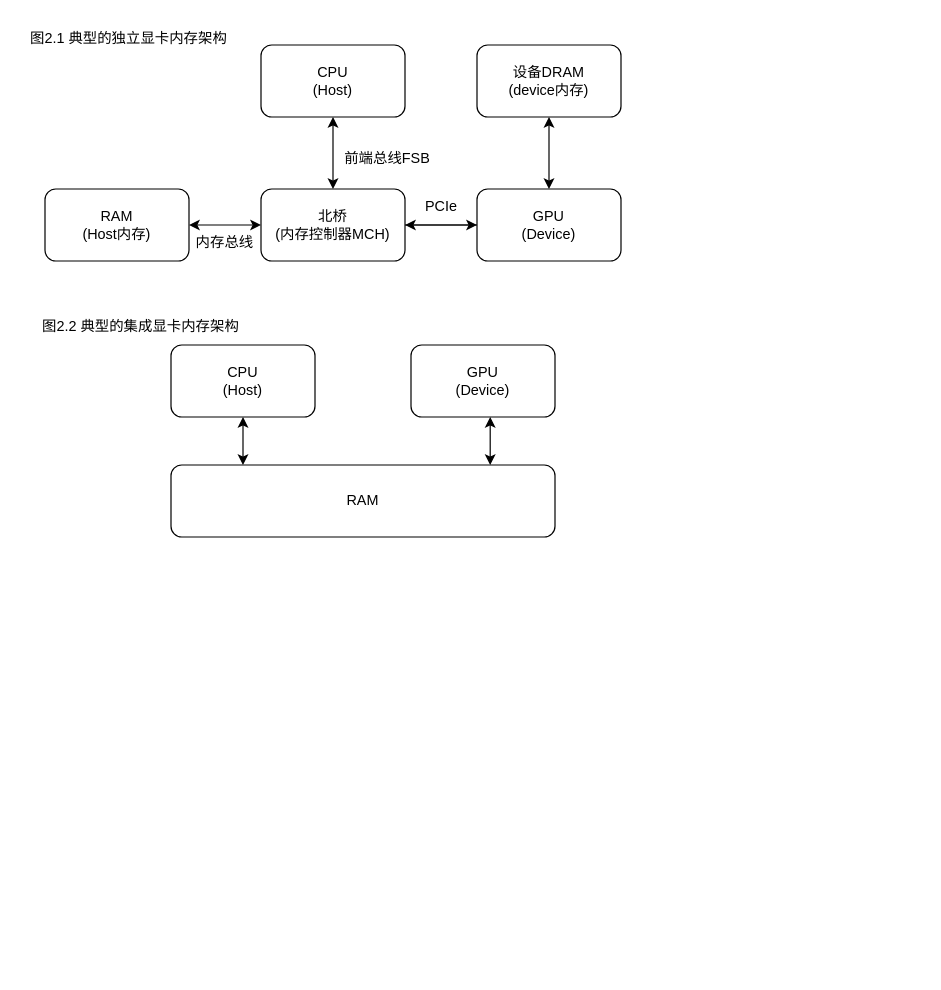
Earlier version of the draw.io diagram page "第 1 页" (1 of 2) of ComputerScience/graphics/vulkan/modern-vulkan-cookbook/mvcook.drawio (Ryu613/books). Source tidied: cells renumbered, new cells numbered last; positions are measured from the earlier drawing's top-left corner, leaving out a move shared by most shapes. Both pictures are drawn from the tidied source at 120%, with x=0, y=0 at pixel (20, 20).
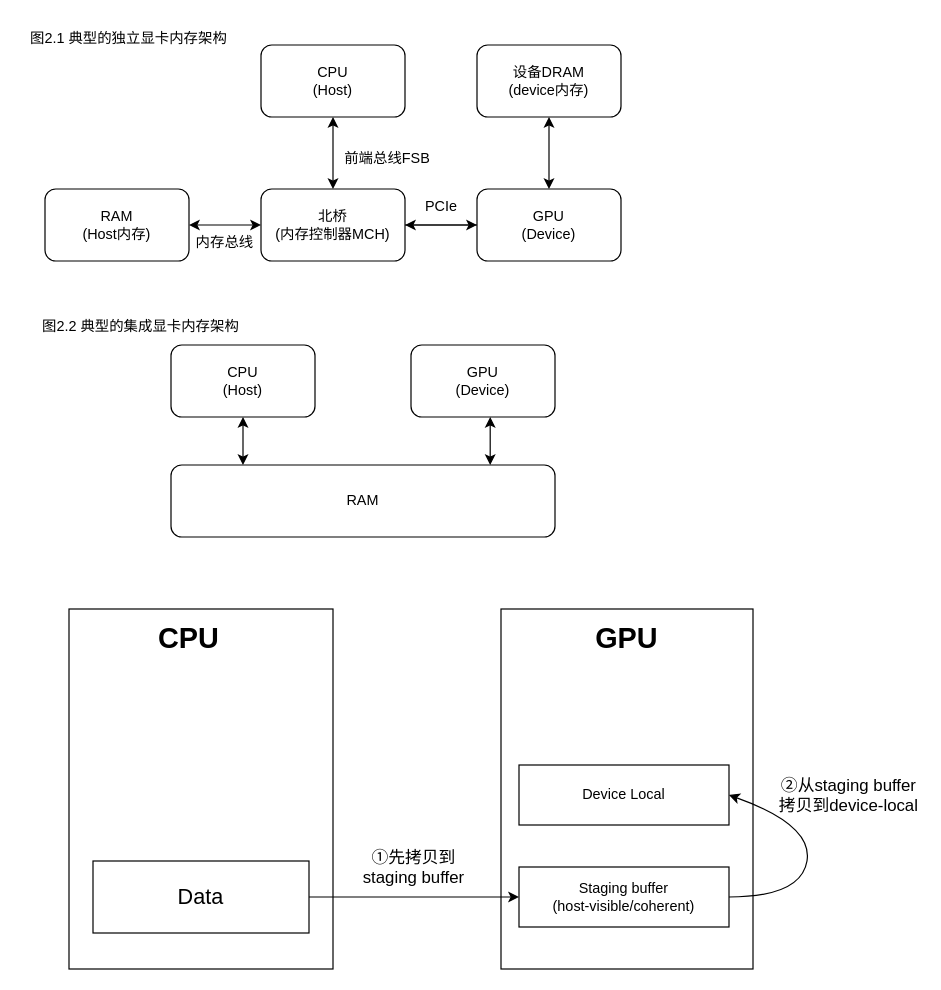
After the change.

Diff of the diagram source:
```diff
@@
+    <mxCell id="22" style="rounded=0;whiteSpace=wrap;html=1;" parent="1" vertex="1">
+      <mxGeometry x="40" y="490" width="220" height="300" as="geometry" />
+    </mxCell>
+    <mxCell id="23" value="&lt;b&gt;&lt;font style=&quot;font-size: 24px;&quot;&gt;CPU&lt;/font&gt;&lt;/b&gt;" style="text;html=1;align=center;verticalAlign=middle;whiteSpace=wrap;rounded=0;" parent="1" vertex="1">
+      <mxGeometry x="110" y="500" width="60" height="30" as="geometry" />
+    </mxCell>
+    <mxCell id="24" value="&lt;font style=&quot;font-size: 18px;&quot;&gt;Data&lt;/font&gt;" style="rounded=0;whiteSpace=wrap;html=1;" parent="1" vertex="1">
+      <mxGeometry x="60" y="700" width="180" height="60" as="geometry" />
+    </mxCell>
+    <mxCell id="25" style="rounded=0;whiteSpace=wrap;html=1;" parent="1" vertex="1">
+      <mxGeometry x="400" y="490" width="210" height="300" as="geometry" />
+    </mxCell>
+    <mxCell id="26" value="&lt;font style=&quot;font-size: 24px;&quot;&gt;&lt;b&gt;GPU&lt;/b&gt;&lt;/font&gt;" style="text;html=1;align=center;verticalAlign=middle;whiteSpace=wrap;rounded=0;" parent="1" vertex="1">
+      <mxGeometry x="475" y="500" width="60" height="30" as="geometry" />
+    </mxCell>
+    <mxCell id="27" value="Device Local" style="rounded=0;whiteSpace=wrap;html=1;" parent="1" vertex="1">
+      <mxGeometry x="415" y="620" width="175" height="50" as="geometry" />
+    </mxCell>
+    <mxCell id="28" value="Staging buffer&lt;br&gt;(host-visible/coherent)" style="rounded=0;whiteSpace=wrap;html=1;" parent="1" vertex="1">
+      <mxGeometry x="415" y="705" width="175" height="50" as="geometry" />
+    </mxCell>
+    <mxCell id="29" style="endArrow=classic;html=1;rounded=0;exitX=1;exitY=0.5;exitDx=0;exitDy=0;entryX=0;entryY=0.5;entryDx=0;entryDy=0;" parent="1" edge="1" source="24" target="28">
+      <mxGeometry relative="1" as="geometry" />
+    </mxCell>
+    <mxCell id="30" style="curved=1;endArrow=classic;html=1;rounded=0;exitX=1;exitY=0.5;exitDx=0;exitDy=0;entryX=1;entryY=0.5;entryDx=0;entryDy=0;" parent="1" edge="1" source="28" target="27">
+      <mxGeometry relative="1" as="geometry">
+        <Array as="points">
+          <mxPoint x="650" y="730" />
+          <mxPoint x="660" y="670" />
+        </Array>
+      </mxGeometry>
+    </mxCell>
+    <mxCell id="31" value="&lt;font style=&quot;font-size: 14px;&quot;&gt;①先拷贝到staging buffer&lt;/font&gt;" style="text;html=1;align=center;verticalAlign=middle;whiteSpace=wrap;rounded=0;" parent="1" vertex="1">
+      <mxGeometry x="275" y="690" width="105" height="30" as="geometry" />
+    </mxCell>
+    <mxCell id="32" value="&lt;font style=&quot;font-size: 14px;&quot;&gt;②从staging buffer拷贝到device-local&lt;/font&gt;" style="text;html=1;align=center;verticalAlign=middle;whiteSpace=wrap;rounded=0;" parent="1" vertex="1">
+      <mxGeometry x="630" y="630" width="120" height="30" as="geometry" />
+    </mxCell>
```
